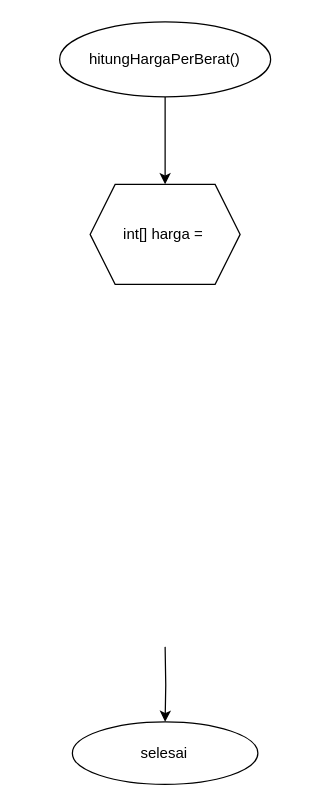
Before: page "hitungPerberat" (3 of 3) of fiturBarang().drawio in Diaputr/tugas-besar, a draw.io diagram. Source tidied: cells renumbered, new cells numbered last; positions are measured from the earlier drawing's top-left corner, leaving out a move shared by most shapes. Both pictures are drawn from the tidied source at 125%, with x=0, y=0 at pixel (59, 21).
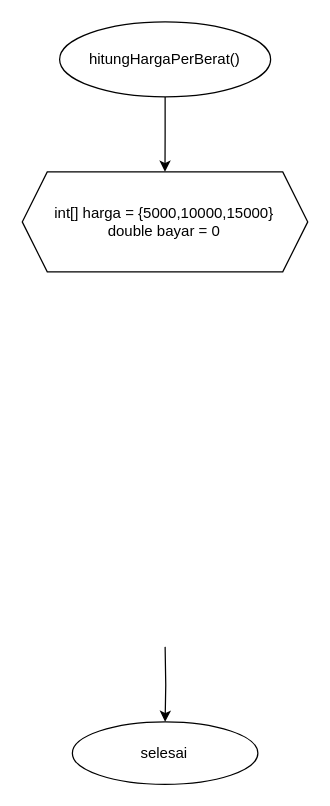
The same diagram, later.

Diff of the diagram source:
```diff
@@
 <mxGraphModel>
   <root>
     <mxCell id="0" />
     <mxCell id="1" parent="0" />
     <mxCell id="2" style="edgeStyle=orthogonalEdgeStyle;rounded=0;jettySize=auto;html=1;" parent="1" edge="1" source="3" target="6">
       <mxGeometry relative="1" as="geometry" />
     </mxCell>
     <mxCell id="3" value="hitungHargaPerBerat()" style="ellipse;whiteSpace=wrap;html=1;" parent="1" vertex="1">
       <mxGeometry x="0.2" width="168.8" height="60" as="geometry" />
     </mxCell>
     <mxCell id="4" style="edgeStyle=orthogonalEdgeStyle;rounded=0;jettySize=auto;html=1;" parent="1" edge="1" target="5">
       <mxGeometry relative="1" as="geometry">
         <mxPoint x="84.6" y="500" as="sourcePoint" />
       </mxGeometry>
     </mxCell>
     <mxCell id="5" value="selesai" style="ellipse;whiteSpace=wrap;html=1;" parent="1" vertex="1">
       <mxGeometry x="10.4" y="560" width="148.4" height="50" as="geometry" />
     </mxCell>
-    <mxCell id="6" value="int[] harga =&amp;nbsp;" style="shape=hexagon;perimeter=hexagonPerimeter2;whiteSpace=wrap;html=1;fixedSize=1;" parent="1" vertex="1">
-      <mxGeometry x="24.6" y="130" width="120" height="80" as="geometry" />
+    <mxCell id="6" value="int[] harga = {5000,10000,15000}&lt;br&gt;double bayar = 0" style="shape=hexagon;perimeter=hexagonPerimeter2;whiteSpace=wrap;html=1;fixedSize=1;" parent="1" vertex="1">
+      <mxGeometry x="-29.7" y="120" width="228.4" height="80" as="geometry" />
     </mxCell>
   </root>
 </mxGraphModel>
```
